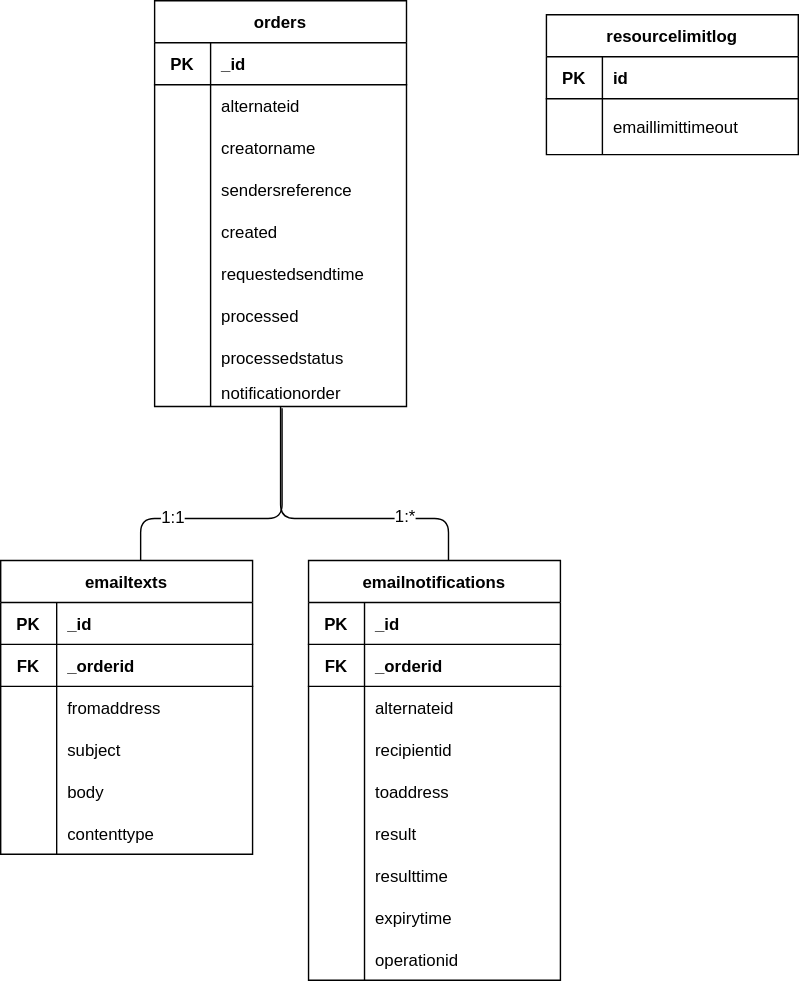
The draw.io diagram content/notifications/architecture/notifications/dbmodel.drawio.svg in Altinn/altinn-studio-docs, before a commit. Source tidied: cells renumbered, new cells last; positions are measured from the earlier drawing's top-left corner, leaving out a move shared by most shapes.
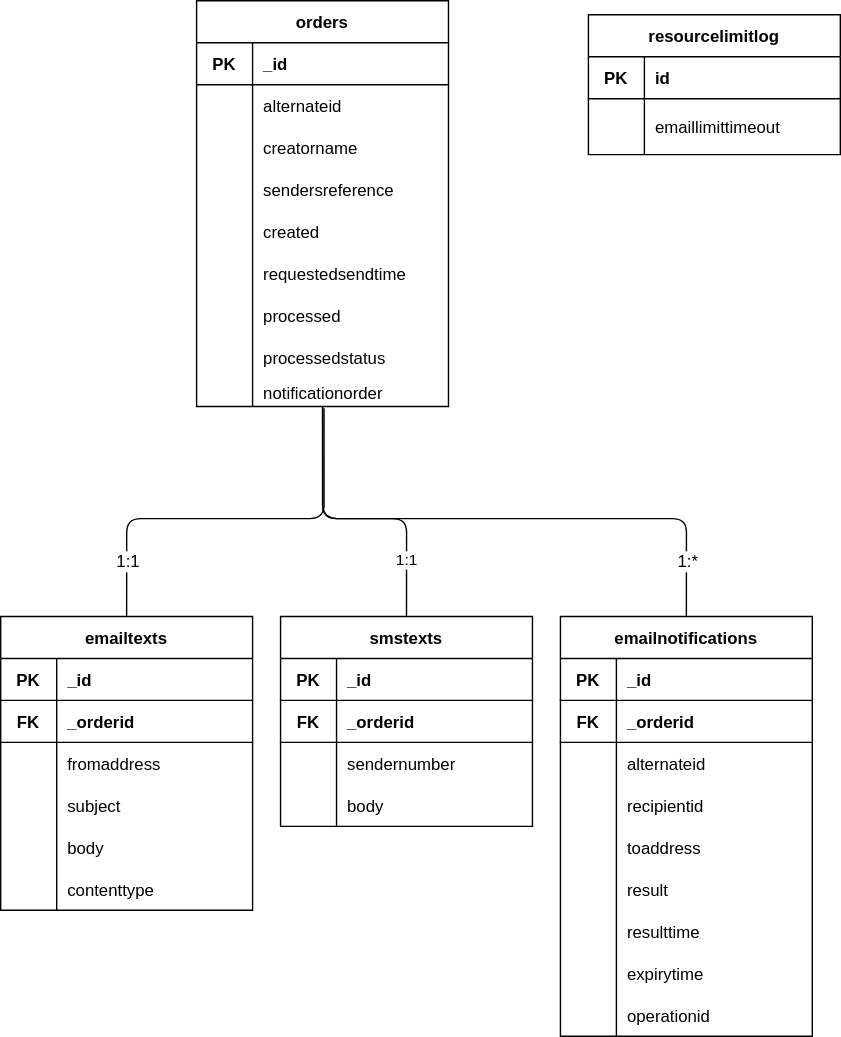
The same file after the commit.

What changed in the source:
```diff
@@ -2,21 +2,21 @@
   <root>
     <mxCell id="0" />
     <mxCell id="1" parent="0" />
-    <mxCell id="2" style="edgeStyle=orthogonalEdgeStyle;html=1;entryX=0.506;entryY=1.063;entryDx=0;entryDy=0;entryPerimeter=0;startArrow=none;startFill=0;endArrow=none;endFill=0;" parent="1" edge="1" source="4" target="50">
+    <mxCell id="2" style="edgeStyle=orthogonalEdgeStyle;html=1;entryX=0.506;entryY=1.063;entryDx=0;entryDy=0;entryPerimeter=0;startArrow=none;startFill=0;endArrow=none;endFill=0;exitX=0.5;exitY=0;exitDx=0;exitDy=0;" parent="1" edge="1" source="4" target="50">
       <mxGeometry relative="1" as="geometry">
         <Array as="points">
-          <mxPoint x="100" y="370" />
+          <mxPoint x="60" y="370" />
           <mxPoint x="201" y="370" />
         </Array>
       </mxGeometry>
     </mxCell>
     <mxCell id="3" value="1:1" style="edgeLabel;html=1;align=center;verticalAlign=middle;fontSize=12;fontFamily=Helvetica;fontColor=default;" parent="2" vertex="1">
       <mxGeometry x="-0.5" y="-4" relative="1" as="geometry">
-        <mxPoint y="-4" as="offset" />
+        <mxPoint x="-3" y="26" as="offset" />
       </mxGeometry>
     </mxCell>
     <mxCell id="4" value="emailtexts" style="shape=table;startSize=30;rowLines=0;fontStyle=1;align=center;" parent="1" vertex="1">
-      <mxGeometry y="400" width="180" height="210" as="geometry" />
+      <mxGeometry x="-30" y="440" width="180" height="210" as="geometry" />
     </mxCell>
     <mxCell id="5" style="shape=tableRow;horizontal=0;startSize=0;swimlaneHead=0;swimlaneBody=0;fillColor=none;top=0;left=0;right=0;bottom=1;" parent="4" vertex="1">
       <mxGeometry y="30" width="180" height="30" as="geometry" />
@@ -72,16 +72,18 @@
     <mxCell id="22" value="contenttype" style="shape=partialRectangle;fillColor=none;top=0;left=0;bottom=0;right=0;align=left;spacingLeft=6;overflow=hidden;" parent="20" vertex="1">
       <mxGeometry x="40" width="140" height="30" as="geometry" />
     </mxCell>
-    <mxCell id="23" style="edgeStyle=orthogonalEdgeStyle;html=1;startArrow=none;startFill=0;endArrow=none;endFill=0;" parent="1" edge="1" source="25" target="53">
+    <mxCell id="23" style="edgeStyle=orthogonalEdgeStyle;html=1;startArrow=none;startFill=0;endArrow=none;endFill=0;entryX=0.5;entryY=0;entryDx=0;entryDy=0;" parent="1" edge="1" source="25" target="53">
       <mxGeometry relative="1" as="geometry">
         <Array as="points">
           <mxPoint x="200" y="370" />
-          <mxPoint x="320" y="370" />
+          <mxPoint x="460" y="370" />
         </Array>
       </mxGeometry>
     </mxCell>
     <mxCell id="24" value="1:*" style="edgeLabel;html=1;align=center;verticalAlign=middle;fontSize=12;fontFamily=Helvetica;fontColor=default;" parent="23" vertex="1">
-      <mxGeometry x="0.47" y="1" relative="1" as="geometry" />
+      <mxGeometry x="0.47" y="1" relative="1" as="geometry">
+        <mxPoint x="38" y="31" as="offset" />
+      </mxGeometry>
     </mxCell>
     <mxCell id="25" value="orders" style="shape=table;startSize=30;rowLines=0;fontStyle=1;align=center;columnLines=1;" parent="1" vertex="1">
       <mxGeometry x="110" width="180" height="290" as="geometry" />
@@ -168,7 +170,7 @@
       <mxGeometry x="40" width="140" height="20" as="geometry" />
     </mxCell>
     <mxCell id="53" value="emailnotifications" style="shape=table;startSize=30;rowLines=0;fontStyle=1;align=center;" parent="1" vertex="1">
-      <mxGeometry x="220" y="400" width="180" height="300" as="geometry" />
+      <mxGeometry x="370" y="440" width="180" height="300" as="geometry" />
     </mxCell>
     <mxCell id="54" style="shape=tableRow;horizontal=0;startSize=0;swimlaneHead=0;swimlaneBody=0;fillColor=none;top=0;left=0;right=0;bottom=1;" parent="53" vertex="1">
       <mxGeometry y="30" width="180" height="30" as="geometry" />
@@ -272,5 +274,52 @@
     <mxCell id="87" value="emaillimittimeout" style="shape=partialRectangle;fillColor=none;top=0;left=0;bottom=0;right=0;align=left;spacingLeft=6;overflow=hidden;" parent="85" vertex="1">
       <mxGeometry x="40" width="140" height="40" as="geometry" />
     </mxCell>
+    <mxCell id="88" value="smstexts" style="shape=table;startSize=30;rowLines=0;fontStyle=1;align=center;" parent="1" vertex="1">
+      <mxGeometry x="170" y="440" width="180" height="150" as="geometry" />
+    </mxCell>
+    <mxCell id="89" style="shape=tableRow;horizontal=0;startSize=0;swimlaneHead=0;swimlaneBody=0;fillColor=none;top=0;left=0;right=0;bottom=1;" parent="88" vertex="1">
+      <mxGeometry y="30" width="180" height="30" as="geometry" />
+    </mxCell>
+    <mxCell id="90" value="PK" style="shape=partialRectangle;fillColor=none;top=0;left=0;bottom=0;right=0;fontStyle=1;overflow=hidden;" parent="89" vertex="1">
+      <mxGeometry width="40" height="30" as="geometry" />
+    </mxCell>
+    <mxCell id="91" value="_id" style="shape=partialRectangle;fillColor=none;top=0;left=0;bottom=0;right=0;align=left;spacingLeft=6;fontStyle=1;overflow=hidden;" parent="89" vertex="1">
+      <mxGeometry x="40" width="140" height="30" as="geometry" />
+    </mxCell>
+    <mxCell id="92" style="shape=tableRow;horizontal=0;startSize=0;swimlaneHead=0;swimlaneBody=0;fillColor=none;top=0;left=0;right=0;bottom=1;" parent="88" vertex="1">
+      <mxGeometry y="60" width="180" height="30" as="geometry" />
+    </mxCell>
+    <mxCell id="93" value="FK" style="shape=partialRectangle;fillColor=none;top=0;left=0;bottom=0;right=0;fontStyle=1;overflow=hidden;" parent="92" vertex="1">
+      <mxGeometry width="40" height="30" as="geometry" />
+    </mxCell>
+    <mxCell id="94" value="_orderid" style="shape=partialRectangle;fillColor=none;top=0;left=0;bottom=0;right=0;align=left;spacingLeft=6;fontStyle=1;overflow=hidden;" parent="92" vertex="1">
+      <mxGeometry x="40" width="140" height="30" as="geometry" />
+    </mxCell>
+    <mxCell id="95" style="shape=tableRow;horizontal=0;startSize=0;swimlaneHead=0;swimlaneBody=0;fillColor=none;top=0;left=0;right=0;bottom=0;" parent="88" vertex="1">
+      <mxGeometry y="90" width="180" height="30" as="geometry" />
+    </mxCell>
+    <mxCell id="96" style="shape=partialRectangle;fillColor=none;top=0;left=0;bottom=0;right=0;overflow=hidden;" parent="95" vertex="1">
+      <mxGeometry width="40" height="30" as="geometry" />
+    </mxCell>
+    <mxCell id="97" value="sendernumber" style="shape=partialRectangle;fillColor=none;top=0;left=0;bottom=0;right=0;align=left;spacingLeft=6;overflow=hidden;" parent="95" vertex="1">
+      <mxGeometry x="40" width="140" height="30" as="geometry" />
+    </mxCell>
+    <mxCell id="98" style="shape=tableRow;horizontal=0;startSize=0;swimlaneHead=0;swimlaneBody=0;fillColor=none;top=0;left=0;right=0;bottom=0;" parent="88" vertex="1">
+      <mxGeometry y="120" width="180" height="30" as="geometry" />
+    </mxCell>
+    <mxCell id="99" style="shape=partialRectangle;fillColor=none;top=0;left=0;bottom=0;right=0;overflow=hidden;" parent="98" vertex="1">
+      <mxGeometry width="40" height="30" as="geometry" />
+    </mxCell>
+    <mxCell id="100" value="body" style="shape=partialRectangle;fillColor=none;top=0;left=0;bottom=0;right=0;align=left;spacingLeft=6;overflow=hidden;" parent="98" vertex="1">
+      <mxGeometry x="40" width="140" height="30" as="geometry" />
+    </mxCell>
+    <mxCell id="101" value="1:1" style="edgeStyle=orthogonalEdgeStyle;html=1;exitX=0.5;exitY=1.033;exitDx=0;exitDy=0;exitPerimeter=0;endArrow=none;endFill=0;entryX=0.5;entryY=0;entryDx=0;entryDy=0;" parent="1" edge="1" source="50" target="88">
+      <mxGeometry x="0.62" relative="1" as="geometry">
+        <Array as="points">
+          <mxPoint x="200" y="370" />
+          <mxPoint x="260" y="370" />
+        </Array>
+      </mxGeometry>
+    </mxCell>
   </root>
 </mxGraphModel>
```
